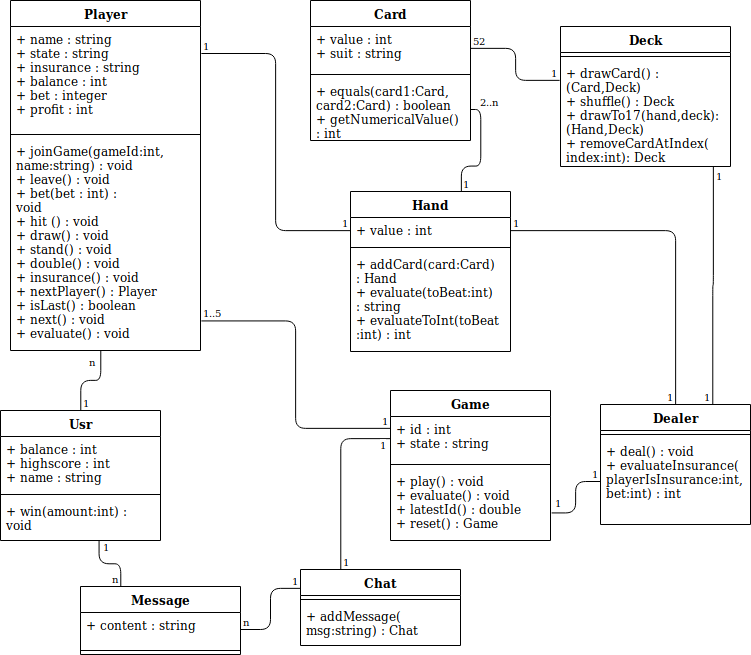
danielmeint/xml keeps this draw.io diagram as documentation/diagrams/UML.png. Above is the earlier version. Source tidied: cells renumbered, new cells last; positions are measured from the earlier drawing's top-left corner, leaving out a move shared by most shapes.
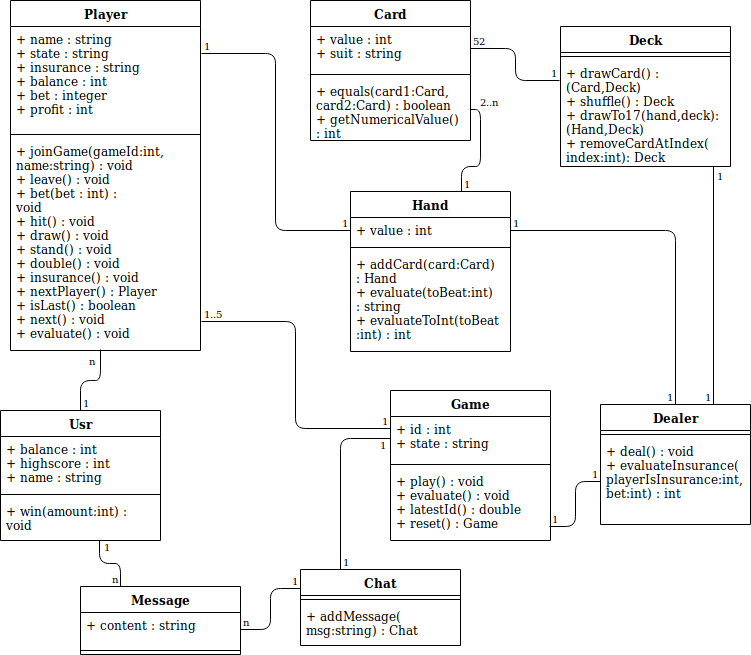
After the change.

Commit message:
hit() in uml

Diff of the diagram source:
```diff
@@ -32,7 +32,7 @@
     <mxCell id="11" style="line;strokeWidth=1;fillColor=none;align=left;verticalAlign=middle;spacingTop=-1;spacingLeft=3;spacingRight=3;labelPosition=right;" parent="9" vertex="1">
       <mxGeometry y="130" width="190" height="8" as="geometry" />
     </mxCell>
-    <mxCell id="12" value="+ joinGame(gameId:int,&#10;name:string) : void&#10;+ leave() : void&#10;+ bet(bet : int) :&#10;void&#10;+ hit () : void&#10;+ draw() : void&#10;+ stand() : void&#10;+ double() : void&#10;+ insurance() : void&#10;+ nextPlayer() : Player&#10;+ isLast() : boolean&#10;+ next() : void&#10;+ evaluate() : void&#10;&#10;&#10;&#10;" style="text;strokeColor=none;fillColor=none;align=left;verticalAlign=top;spacingLeft=4;spacingRight=4;overflow=hidden;points=[[0,0.5],[1,0.5]];portConstraint=eastwest;" parent="9" vertex="1">
+    <mxCell id="12" value="+ joinGame(gameId:int,&#10;name:string) : void&#10;+ leave() : void&#10;+ bet(bet : int) :&#10;void&#10;+ hit() : void&#10;+ draw() : void&#10;+ stand() : void&#10;+ double() : void&#10;+ insurance() : void&#10;+ nextPlayer() : Player&#10;+ isLast() : boolean&#10;+ next() : void&#10;+ evaluate() : void&#10;&#10;&#10;&#10;" style="text;strokeColor=none;fillColor=none;align=left;verticalAlign=top;spacingLeft=4;spacingRight=4;overflow=hidden;points=[[0,0.5],[1,0.5]];portConstraint=eastwest;" parent="9" vertex="1">
       <mxGeometry y="138" width="190" height="212" as="geometry" />
     </mxCell>
     <mxCell id="13" style="endArrow=none;html=1;edgeStyle=orthogonalEdgeStyle;exitX=1.005;exitY=0.861;exitDx=0;exitDy=0;entryX=0;entryY=0.273;entryDx=0;entryDy=0;entryPerimeter=0;exitPerimeter=0;" parent="1" edge="1" source="12" target="3">
@@ -176,13 +176,11 @@
     <mxCell id="57" value="1" style="html=1;align=right;verticalAlign=bottom;labelBackgroundColor=#ffffff;fontSize=10;" parent="55" vertex="1">
       <mxGeometry x="1" relative="1" as="geometry" />
     </mxCell>
-    <mxCell id="58" style="endArrow=none;html=1;edgeStyle=orthogonalEdgeStyle;exitX=1.007;exitY=0.617;exitDx=0;exitDy=0;exitPerimeter=0;entryX=0;entryY=0.5;entryDx=0;entryDy=0;" parent="1" edge="1" source="5" target="8">
+    <mxCell id="58" style="endArrow=none;html=1;edgeStyle=orthogonalEdgeStyle;exitX=0.994;exitY=0.806;exitDx=0;exitDy=0;exitPerimeter=0;entryX=0;entryY=0.5;entryDx=0;entryDy=0;" parent="1" edge="1" source="5" target="8">
       <mxGeometry relative="1" as="geometry" />
     </mxCell>
     <mxCell id="59" value="1" style="html=1;align=left;verticalAlign=bottom;labelBackgroundColor=#ffffff;fontSize=10;" parent="58" vertex="1">
-      <mxGeometry x="-1" relative="1" as="geometry">
-        <mxPoint x="1" y="-2" as="offset" />
-      </mxGeometry>
+      <mxGeometry x="-1" relative="1" as="geometry" />
     </mxCell>
     <mxCell id="60" value="1" style="html=1;align=right;verticalAlign=bottom;labelBackgroundColor=#ffffff;fontSize=10;" parent="58" vertex="1">
       <mxGeometry x="1" relative="1" as="geometry" />
```
